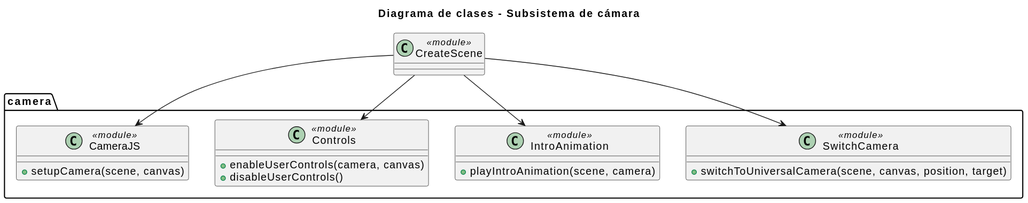
Above: diagramas/DiagramaClases/Camera.svg in icano-dev/TFG (PlantUML), before the change. Source of this version:
```plantuml
@startuml
title Diagrama de clases - Subsistema de cámara

class CreateScene <<module>>

package "camera" {
    class CameraJS <<module>> {
        +setupCamera(scene, canvas)
    }

    class Controls <<module>> {
        +enableUserControls(camera, canvas)
        +disableUserControls()
    }

    class IntroAnimation <<module>> {
        +playIntroAnimation(scene, camera)
    }

    class SwitchCamera <<module>> {
        +switchToUniversalCamera(scene, canvas, position, target)
    }
}

CreateScene --> CameraJS
CreateScene --> Controls
CreateScene --> IntroAnimation
CreateScene --> SwitchCamera
@enduml
```
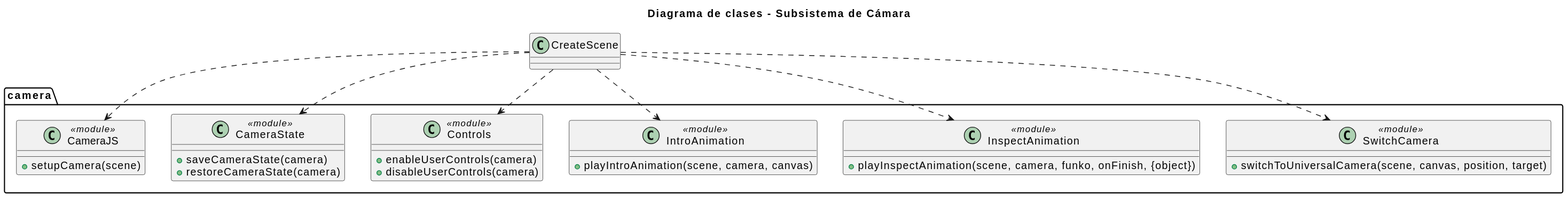
The same file after the commit.

What changed in the source:
```diff
@@ -1,29 +1,39 @@
 @startuml
-title Diagrama de clases - Subsistema de cámara
-
-class CreateScene <<module>>
+title Diagrama de clases - Subsistema de Cámara
 
 package "camera" {
-    class CameraJS <<module>> {
-        +setupCamera(scene, canvas)
-    }
 
-    class Controls <<module>> {
-        +enableUserControls(camera, canvas)
-        +disableUserControls()
-    }
+  class "CameraJS" <<module>> {
+    +setupCamera(scene)
+  }
 
-    class IntroAnimation <<module>> {
-        +playIntroAnimation(scene, camera)
-    }
+  class "CameraState" <<module>> {
+    +saveCameraState(camera)
+    +restoreCameraState(camera)
+  }
 
-    class SwitchCamera <<module>> {
-        +switchToUniversalCamera(scene, canvas, position, target)
-    }
+  class "Controls" <<module>> {
+    +enableUserControls(camera)
+    +disableUserControls(camera)
+  }
+
+  class "IntroAnimation" <<module>> {
+    +playIntroAnimation(scene, camera, canvas)
+  }
+
+  class "InspectAnimation" <<module>> {
+    +playInspectAnimation(scene, camera, funko, onFinish, {object})
+  }
+
+  class "SwitchCamera" <<module>> {
+    +switchToUniversalCamera(scene, canvas, position, target)
+  }
 }
 
-CreateScene --> CameraJS
-CreateScene --> Controls
-CreateScene --> IntroAnimation
-CreateScene --> SwitchCamera
+CreateScene ..> CameraJS
+CreateScene ..> Controls
+CreateScene ..> IntroAnimation
+CreateScene ..> InspectAnimation
+CreateScene ..> SwitchCamera
+CreateScene ..> CameraState
 @enduml
```
